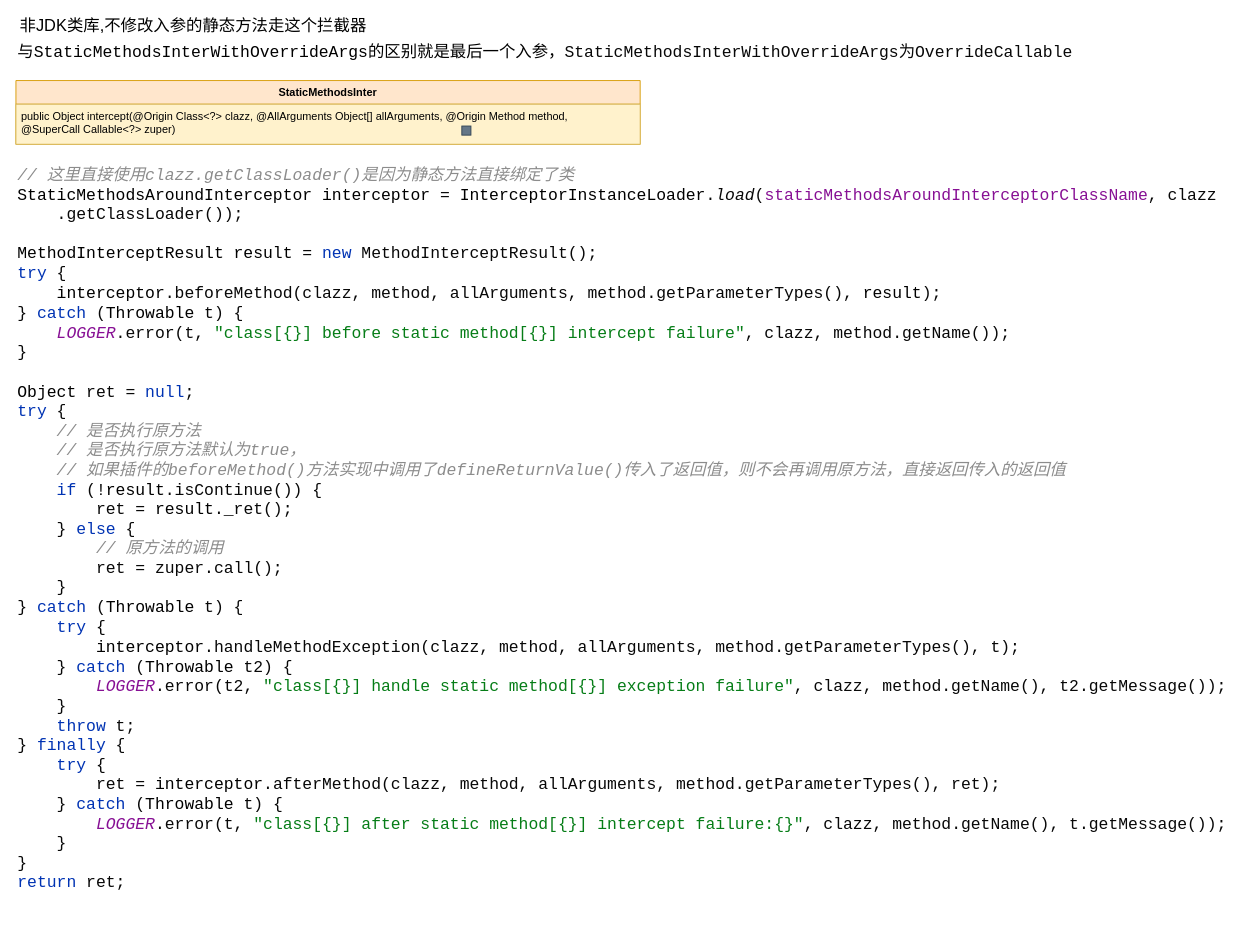
Above: page "StaticMethodsInter" (3 of 7) of skywalking/skywalking.drawio in fuzi1996/diagrams (draw.io), before the change. Source tidied: cells renumbered, new cells numbered last; positions are measured from the earlier drawing's top-left corner, leaving out a move shared by most shapes. Both pictures are drawn from the tidied source at 91%, with x=0, y=0 at pixel (15, 16).
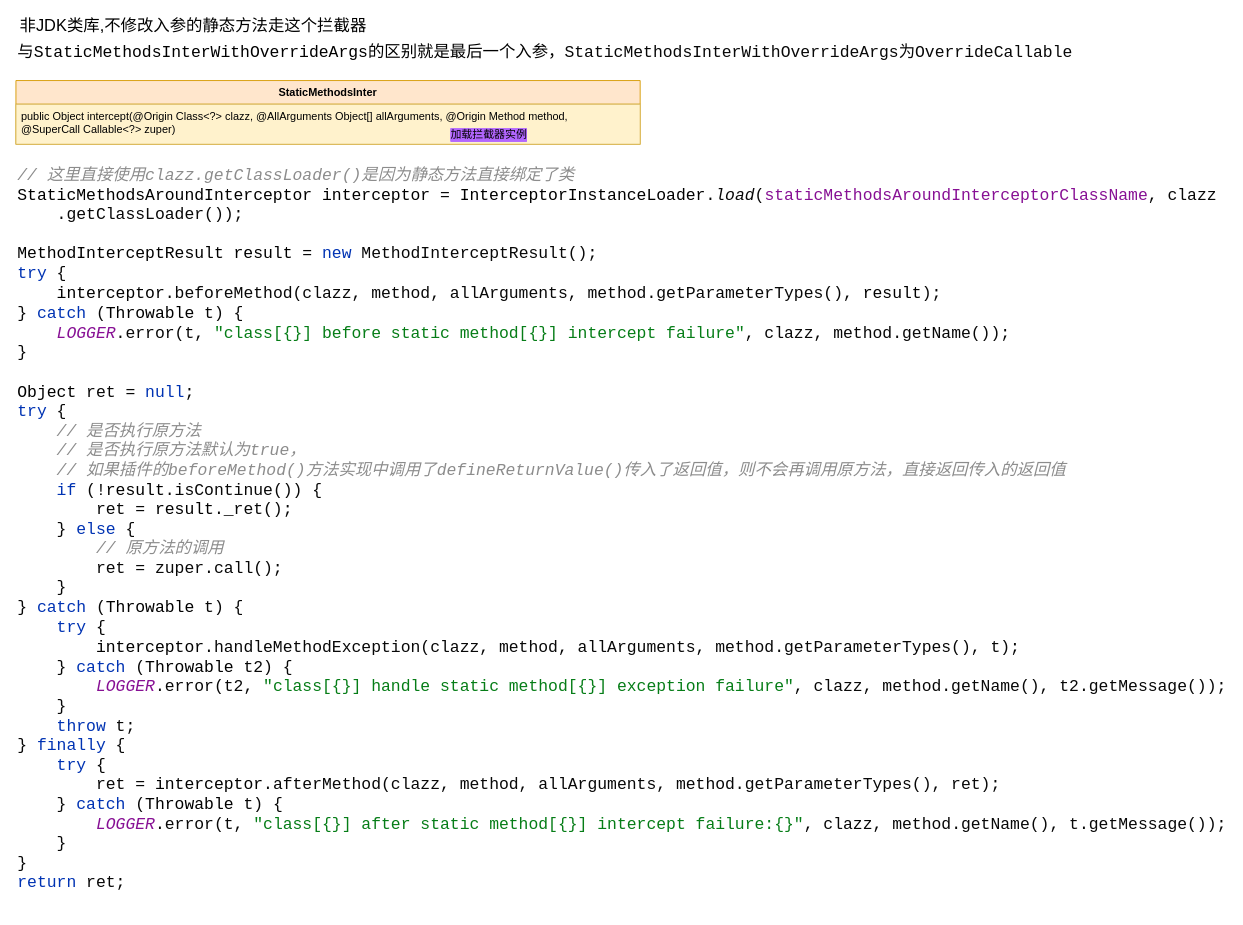
The same page after the edit.

The edit, as a diff of the source:
```diff
@@
 <mxGraphModel>
   <root>
     <mxCell id="0" />
     <mxCell id="1" parent="0" />
     <mxCell id="2" value="StaticMethodsInter" style="swimlane;fontStyle=1;align=center;verticalAlign=top;horizontal=1;startSize=26;fillColor=#ffe6cc;strokeColor=#d79b00;" parent="1" vertex="1">
       <mxGeometry y="70" width="686" height="70" as="geometry" />
     </mxCell>
     <mxCell id="3" value="public Object intercept(@Origin Class&lt;?&gt; clazz, @AllArguments Object[] allArguments, @Origin Method method,&#10;    @SuperCall Callable&lt;?&gt; zuper)" style="text;strokeColor=#d6b656;fillColor=#fff2cc;align=left;verticalAlign=top;spacingLeft=4;spacingRight=4;overflow=hidden;" parent="2" vertex="1">
       <mxGeometry y="26" width="686" height="44" as="geometry" />
     </mxCell>
     <mxCell id="4" value="非JDK类库,不修改入参的静态方法走这个拦截器" style="text;html=1;strokeColor=none;fillColor=none;align=center;verticalAlign=middle;whiteSpace=wrap;rounded=0;fontFamily=Helvetica;fontSize=18;fontColor=#000000;" parent="1" vertex="1">
       <mxGeometry width="390" height="20" as="geometry" />
     </mxCell>
     <mxCell id="5" value="&lt;pre style=&quot;background-color: #ffffff ; color: #080808 ; font-family: &amp;quot;jetbrains mono&amp;quot; , monospace ; font-size: 13.5pt&quot;&gt;&lt;span style=&quot;color: #8c8c8c ; font-style: italic&quot;&gt;// &lt;/span&gt;&lt;span style=&quot;color: #8c8c8c ; font-style: italic ; font-family: &amp;quot;宋体&amp;quot; , monospace&quot;&gt;这里直接使用&lt;/span&gt;&lt;span style=&quot;color: #8c8c8c ; font-style: italic&quot;&gt;clazz.getClassLoader()&lt;/span&gt;&lt;span style=&quot;color: #8c8c8c ; font-style: italic ; font-family: &amp;quot;宋体&amp;quot; , monospace&quot;&gt;是因为静态方法直接绑定了类&lt;br&gt;&lt;/span&gt;&lt;span style=&quot;color: #000000&quot;&gt;StaticMethodsAroundInterceptor interceptor &lt;/span&gt;= &lt;span style=&quot;color: #000000&quot;&gt;InterceptorInstanceLoader&lt;/span&gt;.&lt;span style=&quot;font-style: italic&quot;&gt;load&lt;/span&gt;(&lt;span style=&quot;color: #871094&quot;&gt;staticMethodsAroundInterceptorClassName&lt;/span&gt;, clazz&lt;br&gt;    .getClassLoader());&lt;br&gt;&lt;br&gt;&lt;span style=&quot;color: #000000&quot;&gt;MethodInterceptResult result &lt;/span&gt;= &lt;span style=&quot;color: #0033b3&quot;&gt;new &lt;/span&gt;MethodInterceptResult();&lt;br&gt;&lt;span style=&quot;color: #0033b3&quot;&gt;try &lt;/span&gt;{&lt;br&gt;    &lt;span style=&quot;color: #000000&quot;&gt;interceptor&lt;/span&gt;.beforeMethod(clazz, method, allArguments, method.getParameterTypes(), &lt;span style=&quot;color: #000000&quot;&gt;result&lt;/span&gt;);&lt;br&gt;} &lt;span style=&quot;color: #0033b3&quot;&gt;catch &lt;/span&gt;(&lt;span style=&quot;color: #000000&quot;&gt;Throwable &lt;/span&gt;t) {&lt;br&gt;    &lt;span style=&quot;color: #871094 ; font-style: italic&quot;&gt;LOGGER&lt;/span&gt;.error(t, &lt;span style=&quot;color: #067d17&quot;&gt;&quot;class[{}] before static method[{}] intercept failure&quot;&lt;/span&gt;, clazz, method.getName());&lt;br&gt;}&lt;br&gt;&lt;br&gt;&lt;span style=&quot;color: #000000&quot;&gt;Object &lt;/span&gt;ret = &lt;span style=&quot;color: #0033b3&quot;&gt;null&lt;/span&gt;;&lt;br&gt;&lt;span style=&quot;color: #0033b3&quot;&gt;try &lt;/span&gt;{&lt;br&gt;    &lt;span style=&quot;color: #8c8c8c ; font-style: italic&quot;&gt;// &lt;/span&gt;&lt;span style=&quot;color: #8c8c8c ; font-style: italic ; font-family: &amp;quot;宋体&amp;quot; , monospace&quot;&gt;是否执行原方法&lt;br&gt;&lt;/span&gt;&lt;span style=&quot;color: #8c8c8c ; font-style: italic ; font-family: &amp;quot;宋体&amp;quot; , monospace&quot;&gt;    &lt;/span&gt;&lt;span style=&quot;color: #8c8c8c ; font-style: italic&quot;&gt;// &lt;/span&gt;&lt;span style=&quot;color: #8c8c8c ; font-style: italic ; font-family: &amp;quot;宋体&amp;quot; , monospace&quot;&gt;是否执行原方法默认为&lt;/span&gt;&lt;span style=&quot;color: #8c8c8c ; font-style: italic&quot;&gt;true&lt;/span&gt;&lt;span style=&quot;color: #8c8c8c ; font-style: italic ; font-family: &amp;quot;宋体&amp;quot; , monospace&quot;&gt;，&lt;br&gt;&lt;/span&gt;&lt;span style=&quot;color: #8c8c8c ; font-style: italic ; font-family: &amp;quot;宋体&amp;quot; , monospace&quot;&gt;    &lt;/span&gt;&lt;span style=&quot;color: #8c8c8c ; font-style: italic&quot;&gt;// &lt;/span&gt;&lt;span style=&quot;color: #8c8c8c ; font-style: italic ; font-family: &amp;quot;宋体&amp;quot; , monospace&quot;&gt;如果插件的&lt;/span&gt;&lt;span style=&quot;color: #8c8c8c ; font-style: italic&quot;&gt;beforeMethod()&lt;/span&gt;&lt;span style=&quot;color: #8c8c8c ; font-style: italic ; font-family: &amp;quot;宋体&amp;quot; , monospace&quot;&gt;方法实现中调用了&lt;/span&gt;&lt;span style=&quot;color: #8c8c8c ; font-style: italic&quot;&gt;defineReturnValue()&lt;/span&gt;&lt;span style=&quot;color: #8c8c8c ; font-style: italic ; font-family: &amp;quot;宋体&amp;quot; , monospace&quot;&gt;传入了返回值，则不会再调用原方法，直接返回传入的返回值&lt;br&gt;&lt;/span&gt;&lt;span style=&quot;color: #8c8c8c ; font-style: italic ; font-family: &amp;quot;宋体&amp;quot; , monospace&quot;&gt;    &lt;/span&gt;&lt;span style=&quot;color: #0033b3&quot;&gt;if &lt;/span&gt;(!&lt;span style=&quot;color: #000000&quot;&gt;result&lt;/span&gt;.isContinue()) {&lt;br&gt;        ret = &lt;span style=&quot;color: #000000&quot;&gt;result&lt;/span&gt;._ret();&lt;br&gt;    } &lt;span style=&quot;color: #0033b3&quot;&gt;else &lt;/span&gt;{&lt;br&gt;        &lt;span style=&quot;color: #8c8c8c ; font-style: italic&quot;&gt;// &lt;/span&gt;&lt;span style=&quot;color: #8c8c8c ; font-style: italic ; font-family: &amp;quot;宋体&amp;quot; , monospace&quot;&gt;原方法的调用&lt;br&gt;&lt;/span&gt;&lt;span style=&quot;color: #8c8c8c ; font-style: italic ; font-family: &amp;quot;宋体&amp;quot; , monospace&quot;&gt;        &lt;/span&gt;ret = zuper.call();&lt;br&gt;    }&lt;br&gt;} &lt;span style=&quot;color: #0033b3&quot;&gt;catch &lt;/span&gt;(&lt;span style=&quot;color: #000000&quot;&gt;Throwable &lt;/span&gt;t) {&lt;br&gt;    &lt;span style=&quot;color: #0033b3&quot;&gt;try &lt;/span&gt;{&lt;br&gt;        &lt;span style=&quot;color: #000000&quot;&gt;interceptor&lt;/span&gt;.handleMethodException(clazz, method, allArguments, method.getParameterTypes(), t);&lt;br&gt;    } &lt;span style=&quot;color: #0033b3&quot;&gt;catch &lt;/span&gt;(&lt;span style=&quot;color: #000000&quot;&gt;Throwable &lt;/span&gt;t2) {&lt;br&gt;        &lt;span style=&quot;color: #871094 ; font-style: italic&quot;&gt;LOGGER&lt;/span&gt;.error(t2, &lt;span style=&quot;color: #067d17&quot;&gt;&quot;class[{}] handle static method[{}] exception failure&quot;&lt;/span&gt;, clazz, method.getName(), t2.getMessage());&lt;br&gt;    }&lt;br&gt;    &lt;span style=&quot;color: #0033b3&quot;&gt;throw &lt;/span&gt;t;&lt;br&gt;} &lt;span style=&quot;color: #0033b3&quot;&gt;finally &lt;/span&gt;{&lt;br&gt;    &lt;span style=&quot;color: #0033b3&quot;&gt;try &lt;/span&gt;{&lt;br&gt;        ret = &lt;span style=&quot;color: #000000&quot;&gt;interceptor&lt;/span&gt;.afterMethod(clazz, method, allArguments, method.getParameterTypes(), ret);&lt;br&gt;    } &lt;span style=&quot;color: #0033b3&quot;&gt;catch &lt;/span&gt;(&lt;span style=&quot;color: #000000&quot;&gt;Throwable &lt;/span&gt;t) {&lt;br&gt;        &lt;span style=&quot;color: #871094 ; font-style: italic&quot;&gt;LOGGER&lt;/span&gt;.error(t, &lt;span style=&quot;color: #067d17&quot;&gt;&quot;class[{}] after static method[{}] intercept failure:{}&quot;&lt;/span&gt;, clazz, method.getName(), t.getMessage());&lt;br&gt;    }&lt;br&gt;}&lt;br&gt;&lt;span style=&quot;color: #0033b3&quot;&gt;return &lt;/span&gt;ret;&lt;/pre&gt;" style="text;html=1;strokeColor=none;fillColor=none;align=left;verticalAlign=top;whiteSpace=wrap;rounded=0;fontFamily=Helvetica;fontSize=18;fontColor=#000000;" parent="1" vertex="1">
       <mxGeometry y="140" width="1120" height="830" as="geometry" />
     </mxCell>
     <mxCell id="6" value="&lt;pre style=&quot;background-color: #ffffff ; color: #080808 ; font-family: &amp;quot;jetbrains mono&amp;quot; , monospace ; font-size: 13.5pt&quot;&gt;&lt;span style=&quot;color: #000000&quot;&gt;与StaticMethodsInterWithOverrideArgs的区别就是最后一个入参，&lt;/span&gt;StaticMethodsInterWithOverrideArgs为OverrideCallable&lt;/pre&gt;" style="text;html=1;strokeColor=none;fillColor=none;align=left;verticalAlign=middle;whiteSpace=wrap;rounded=0;fontFamily=Helvetica;fontSize=18;fontColor=#000000;" parent="1" vertex="1">
       <mxGeometry y="30" width="390" height="20" as="geometry" />
     </mxCell>
-    <mxCell id="7" style="rounded=0;whiteSpace=wrap;html=1;fontFamily=Helvetica;align=left;verticalAlign=top;strokeColor=#314354;labelBorderColor=#000000;fillColor=#647687;fontColor=#ffffff;fontSize=18;" parent="1" vertex="1">
-      <mxGeometry x="490" y="120" width="10" height="10" as="geometry" />
-    </mxCell>
+    <mxCell id="8" value="&lt;span style=&quot;background-color: rgb(178 , 102 , 255)&quot;&gt;加载拦截器实例&lt;/span&gt;" style="text;html=1;strokeColor=none;fillColor=none;align=center;verticalAlign=middle;whiteSpace=wrap;rounded=0;fontFamily=Helvetica;fontSize=12;labelBackgroundColor=#B266FF;labelBorderColor=none;fontColor=default;" parent="1" vertex="1">
+      <mxGeometry x="470" y="110" width="100" height="40" as="geometry" />
+    </mxCell>
   </root>
 </mxGraphModel>
```
